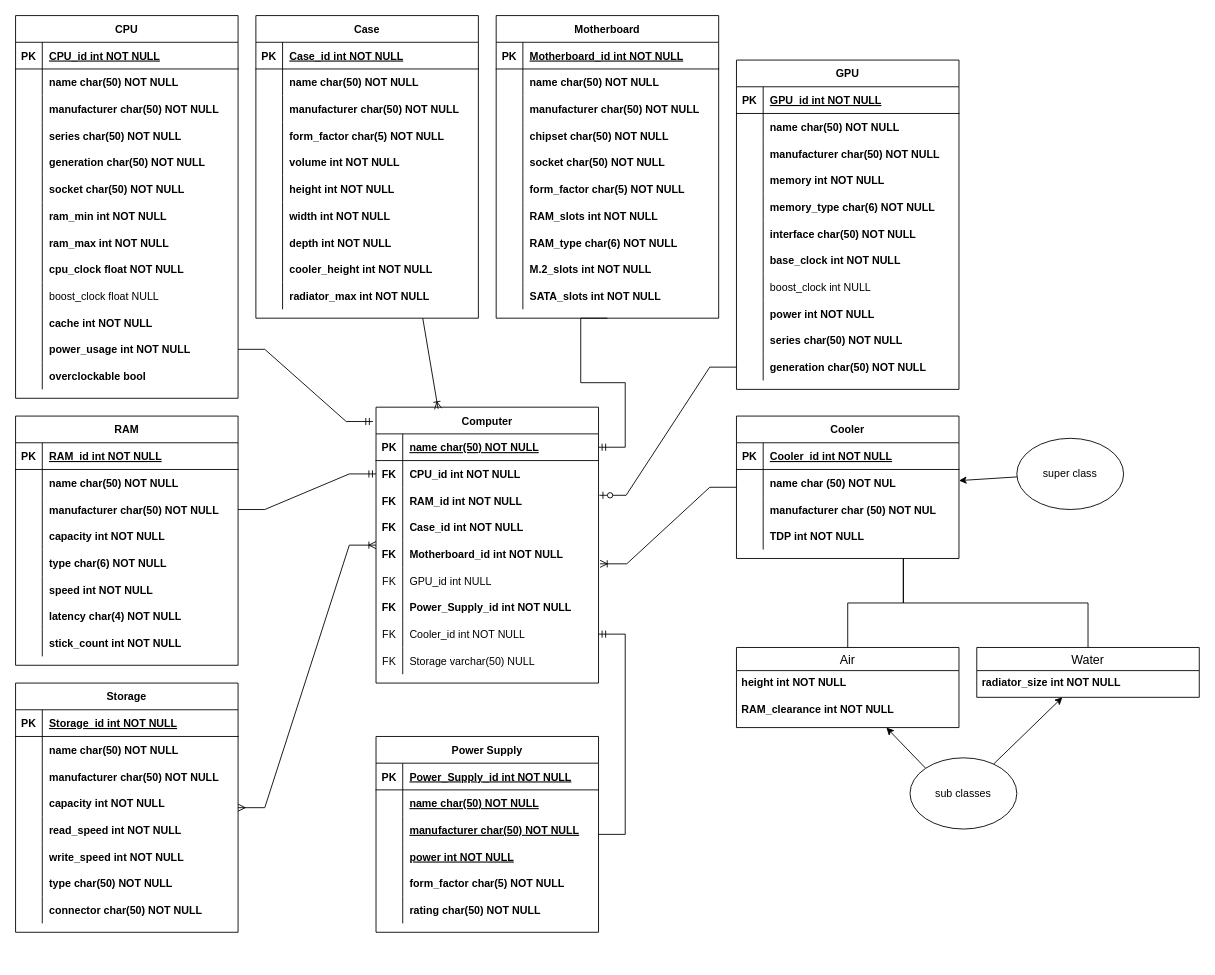
JLukasSamby/pa2_1dv503 keeps this draw.io diagram as Untitled Diagram.drawio. Above is the earlier version. Source tidied: cells renumbered, new cells numbered last; positions are measured from the earlier drawing's top-left corner, leaving out a move shared by most shapes. Both pictures are drawn from the tidied source at 89%, with x=0, y=0 at pixel (15, 15).
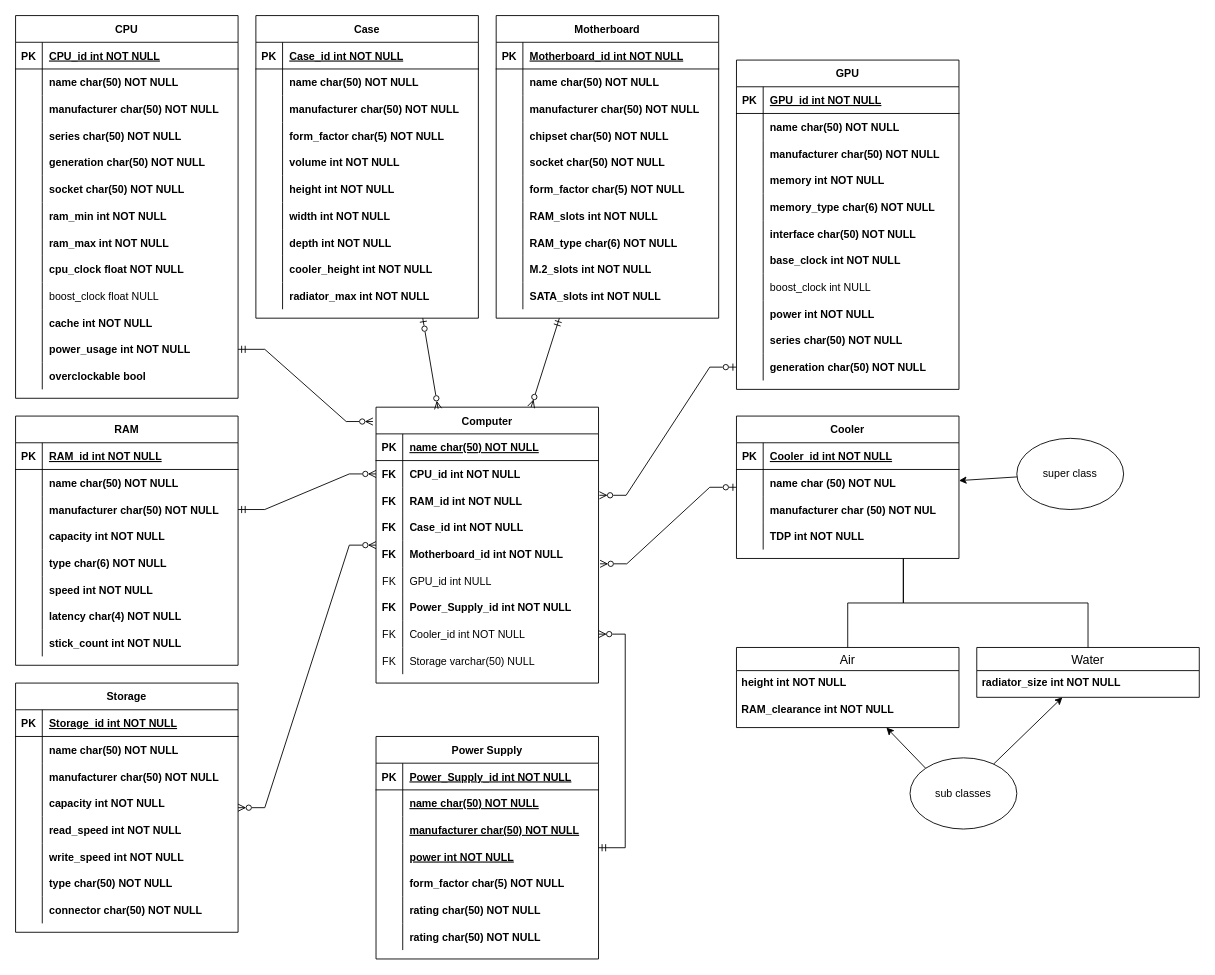
Above is the later version.

The change refers to these unchanged cells:
```xml
<mxCell id="36" style="shape=tableRow;horizontal=0;startSize=0;swimlaneHead=0;swimlaneBody=0;fillColor=none;points=[[0,0.5],[1,0.5]];portConstraint=eastwest;top=0;left=0;right=0;bottom=0;" parent="2" vertex="1">
  <mxGeometry y="360" width="250" height="30" as="geometry" />
</mxCell>
<mxCell id="49" style="shape=tableRow;horizontal=0;startSize=0;swimlaneHead=0;swimlaneBody=0;fillColor=none;points=[[0,0.5],[1,0.5]];portConstraint=eastwest;top=0;left=0;right=0;bottom=0;" parent="42" vertex="1">
  <mxGeometry y="90" width="250" height="30" as="geometry" />
</mxCell>
<mxCell id="67" value="Motherboard" style="shape=table;startSize=30;childLayout=tableLayout;rowLines=0;fontStyle=1;align=center;" parent="1" vertex="1">
  <mxGeometry x="540" width="250" height="340" as="geometry" />
</mxCell>
<mxCell id="98" value="Case" style="shape=table;startSize=30;childLayout=tableLayout;rowLines=0;fontStyle=1;align=center;" parent="1" vertex="1">
  <mxGeometry x="270" width="250" height="340" as="geometry" />
</mxCell>
<mxCell id="179" style="shape=tableRow;horizontal=0;startSize=0;swimlaneHead=0;swimlaneBody=0;fillColor=none;points=[[0,0.5],[1,0.5]];portConstraint=eastwest;top=0;left=0;right=0;bottom=0;" parent="148" vertex="1">
  <mxGeometry y="330" width="250" height="30" as="geometry" />
</mxCell>
<mxCell id="182" value="Storage" style="shape=table;startSize=30;childLayout=tableLayout;rowLines=0;fontStyle=1;align=center;" parent="1" vertex="1">
  <mxGeometry y="750" width="250" height="280" as="geometry" />
</mxCell>
<mxCell id="207" value="Cooler" style="shape=table;startSize=30;childLayout=tableLayout;rowLines=0;fontStyle=1;align=center;" parent="1" vertex="1">
  <mxGeometry x="810" y="450" width="250" height="160" as="geometry" />
</mxCell>
<mxCell id="232" value="Computer" style="shape=table;startSize=30;childLayout=tableLayout;rowLines=0;fontStyle=1;align=center;" parent="1" vertex="1">
  <mxGeometry x="405" y="440" width="250" height="310" as="geometry" />
</mxCell>
<mxCell id="233" style="shape=tableRow;horizontal=0;startSize=0;swimlaneHead=0;swimlaneBody=0;fillColor=none;points=[[0,0.5],[1,0.5]];portConstraint=eastwest;top=0;left=0;right=0;bottom=1;" parent="232" vertex="1">
  <mxGeometry y="30" width="250" height="30" as="geometry" />
</mxCell>
<mxCell id="236" style="shape=tableRow;horizontal=0;startSize=0;swimlaneHead=0;swimlaneBody=0;fillColor=none;points=[[0,0.5],[1,0.5]];portConstraint=eastwest;top=0;left=0;right=0;bottom=0;" parent="232" vertex="1">
  <mxGeometry y="60" width="250" height="30" as="geometry" />
</mxCell>
<mxCell id="239" style="shape=tableRow;horizontal=0;startSize=0;swimlaneHead=0;swimlaneBody=0;fillColor=none;points=[[0,0.5],[1,0.5]];portConstraint=eastwest;top=0;left=0;right=0;bottom=0;" parent="232" vertex="1">
  <mxGeometry y="90" width="250" height="30" as="geometry" />
</mxCell>
<mxCell id="245" style="shape=tableRow;horizontal=0;startSize=0;swimlaneHead=0;swimlaneBody=0;fillColor=none;points=[[0,0.5],[1,0.5]];portConstraint=eastwest;top=0;left=0;right=0;bottom=0;" parent="232" vertex="1">
  <mxGeometry y="150" width="250" height="30" as="geometry" />
</mxCell>
<mxCell id="254" style="shape=tableRow;horizontal=0;startSize=0;swimlaneHead=0;swimlaneBody=0;fillColor=none;points=[[0,0.5],[1,0.5]];portConstraint=eastwest;top=0;left=0;right=0;bottom=0;" parent="232" vertex="1">
  <mxGeometry y="240" width="250" height="30" as="geometry" />
</mxCell>
```

The edit, as a diff of the source:
```diff
@@
     <mxCell id="129" value="Power Supply" style="shape=table;startSize=30;childLayout=tableLayout;rowLines=0;fontStyle=1;align=center;" parent="1" vertex="1">
-      <mxGeometry x="405" y="810" width="250" height="220" as="geometry" />
+      <mxGeometry x="405" y="810" width="250" height="250" as="geometry" />
     </mxCell>
@@
+    <mxCell id="268" style="shape=tableRow;horizontal=0;startSize=0;swimlaneHead=0;swimlaneBody=0;fillColor=none;top=0;left=0;right=0;bottom=0;" parent="129" vertex="1">
+      <mxGeometry y="180" width="250" height="30" as="geometry" />
+    </mxCell>
+    <mxCell id="269" style="shape=partialRectangle;fillColor=none;top=0;left=0;bottom=0;right=0;overflow=hidden;" parent="268" vertex="1">
+      <mxGeometry width="30" height="30" as="geometry" />
+    </mxCell>
+    <mxCell id="270" value="rating char(50) NOT NULL" style="shape=partialRectangle;fillColor=none;top=0;left=0;bottom=0;right=0;align=left;spacingLeft=6;overflow=hidden;fontStyle=1;" parent="268" vertex="1">
+      <mxGeometry x="30" width="220" height="30" as="geometry" />
+    </mxCell>
     <mxCell id="145" style="shape=tableRow;horizontal=0;startSize=0;swimlaneHead=0;swimlaneBody=0;fillColor=none;top=0;left=0;right=0;bottom=0;" parent="129" vertex="1">
-      <mxGeometry y="180" width="250" height="30" as="geometry" />
+      <mxGeometry y="210" width="250" height="30" as="geometry" />
     </mxCell>
@@
-    <mxCell id="260" style="edgeStyle=entityRelationEdgeStyle;fontSize=12;html=1;endArrow=ERmandOne;rounded=0;exitX=1;exitY=0.5;exitDx=0;exitDy=0;entryX=-0.014;entryY=0.052;entryDx=0;entryDy=0;entryPerimeter=0;" parent="1" edge="1" source="36" target="232">
+    <mxCell id="260" style="edgeStyle=entityRelationEdgeStyle;fontSize=12;html=1;endArrow=ERzeroToMany;rounded=0;exitX=1;exitY=0.5;exitDx=0;exitDy=0;entryX=-0.014;entryY=0.052;entryDx=0;entryDy=0;entryPerimeter=0;startArrow=ERmandOne;startFill=0;endFill=0;" parent="1" edge="1" source="36" target="232">
       <mxGeometry relative="1" as="geometry" />
     </mxCell>
-    <mxCell id="261" style="edgeStyle=entityRelationEdgeStyle;fontSize=12;html=1;endArrow=ERmandOne;rounded=0;exitX=1;exitY=0.5;exitDx=0;exitDy=0;entryX=0;entryY=0.5;entryDx=0;entryDy=0;" parent="1" edge="1" source="49" target="236">
+    <mxCell id="261" style="edgeStyle=entityRelationEdgeStyle;fontSize=12;html=1;endArrow=ERzeroToMany;rounded=0;exitX=1;exitY=0.5;exitDx=0;exitDy=0;entryX=0;entryY=0.5;entryDx=0;entryDy=0;endFill=0;startArrow=ERmandOne;startFill=0;" parent="1" edge="1" source="49" target="236">
       <mxGeometry relative="1" as="geometry" />
     </mxCell>
-    <mxCell id="262" style="edgeStyle=entityRelationEdgeStyle;fontSize=12;html=1;endArrow=ERmandOne;rounded=0;entryX=1;entryY=0.5;entryDx=0;entryDy=0;exitX=0.5;exitY=1;exitDx=0;exitDy=0;" parent="1" edge="1" source="67" target="233">
-      <mxGeometry relative="1" as="geometry" />
-    </mxCell>
-    <mxCell id="263" style="endArrow=ERoneToMany;html=1;rounded=0;endFill=0;exitX=0.75;exitY=1;exitDx=0;exitDy=0;entryX=0.279;entryY=0.006;entryDx=0;entryDy=0;entryPerimeter=0;" parent="1" edge="1" source="98" target="232">
+    <mxCell id="263" style="endArrow=ERzeroToMany;html=1;rounded=0;endFill=0;exitX=0.75;exitY=1;exitDx=0;exitDy=0;entryX=0.279;entryY=0.006;entryDx=0;entryDy=0;entryPerimeter=0;startArrow=ERzeroToOne;startFill=0;" parent="1" edge="1" source="98" target="232">
       <mxGeometry relative="1" as="geometry" />
     </mxCell>
-    <mxCell id="264" style="edgeStyle=entityRelationEdgeStyle;fontSize=12;html=1;endArrow=ERoneToMany;rounded=0;entryX=1.007;entryY=0.867;entryDx=0;entryDy=0;entryPerimeter=0;" parent="1" edge="1" source="207" target="245">
+    <mxCell id="264" style="edgeStyle=entityRelationEdgeStyle;fontSize=12;html=1;endArrow=ERzeroToMany;rounded=0;entryX=1.007;entryY=0.867;entryDx=0;entryDy=0;entryPerimeter=0;endFill=0;startArrow=ERzeroToOne;startFill=0;" parent="1" edge="1" source="207" target="245">
       <mxGeometry relative="1" as="geometry" />
     </mxCell>
-    <mxCell id="265" style="edgeStyle=entityRelationEdgeStyle;fontSize=12;html=1;endArrow=ERmandOne;rounded=0;" parent="1" edge="1" source="129" target="254">
+    <mxCell id="265" style="edgeStyle=entityRelationEdgeStyle;fontSize=12;html=1;endArrow=ERzeroToMany;rounded=0;startArrow=ERmandOne;startFill=0;endFill=0;" parent="1" edge="1" source="129" target="254">
       <mxGeometry relative="1" as="geometry" />
     </mxCell>
-    <mxCell id="266" style="edgeStyle=entityRelationEdgeStyle;fontSize=12;html=1;endArrow=ERoneToMany;startArrow=ERmany;rounded=0;endFill=0;" parent="1" edge="1" source="182" target="232">
+    <mxCell id="266" style="edgeStyle=entityRelationEdgeStyle;fontSize=12;html=1;endArrow=ERzeroToMany;startArrow=ERzeroToMany;rounded=0;endFill=0;startFill=0;" parent="1" edge="1" source="182" target="232">
       <mxGeometry relative="1" as="geometry" />
     </mxCell>
-    <mxCell id="267" style="edgeStyle=entityRelationEdgeStyle;fontSize=12;html=1;endArrow=ERzeroToOne;endFill=1;rounded=0;exitX=0;exitY=0.5;exitDx=0;exitDy=0;entryX=1.004;entryY=0.3;entryDx=0;entryDy=0;entryPerimeter=0;" parent="1" edge="1" source="179" target="239">
+    <mxCell id="267" style="edgeStyle=entityRelationEdgeStyle;fontSize=12;html=1;endArrow=ERzeroToMany;endFill=0;rounded=0;exitX=0;exitY=0.5;exitDx=0;exitDy=0;entryX=1.004;entryY=0.3;entryDx=0;entryDy=0;entryPerimeter=0;startArrow=ERzeroToOne;startFill=0;" parent="1" edge="1" source="179" target="239">
       <mxGeometry relative="1" as="geometry" />
     </mxCell>
+    <mxCell id="271" style="endArrow=ERzeroToMany;html=1;rounded=0;startArrow=ERmandOne;startFill=0;endFill=0;" parent="1" edge="1" source="67" target="232">
+      <mxGeometry relative="1" as="geometry" />
+    </mxCell>
```
